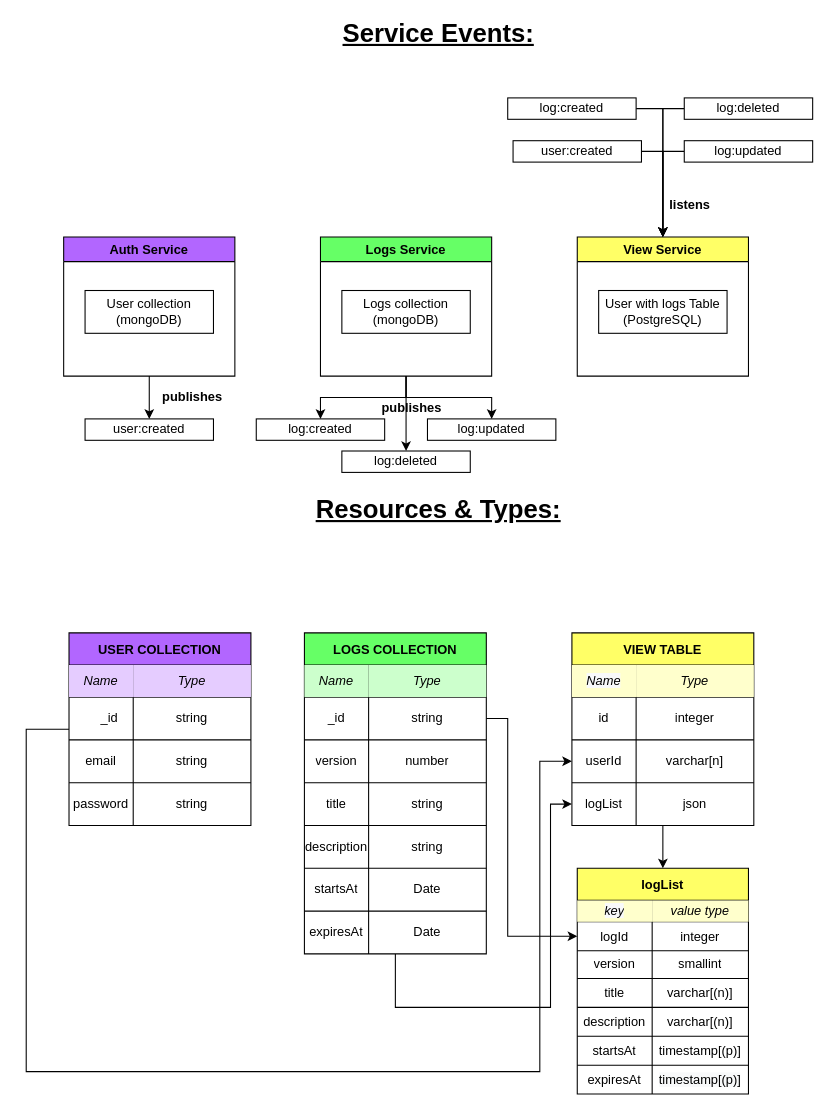
Earlier version of the draw.io diagram page "Events & Resources" (1 of 5) of diagrams/service-events.drawio (berkan-alci/contest-freelancer). Source tidied: cells renumbered, new cells numbered last; positions are measured from the earlier drawing's top-left corner, leaving out a move shared by most shapes. Both pictures are drawn from the tidied source at 107%, with x=0, y=0 at pixel (26, 22).
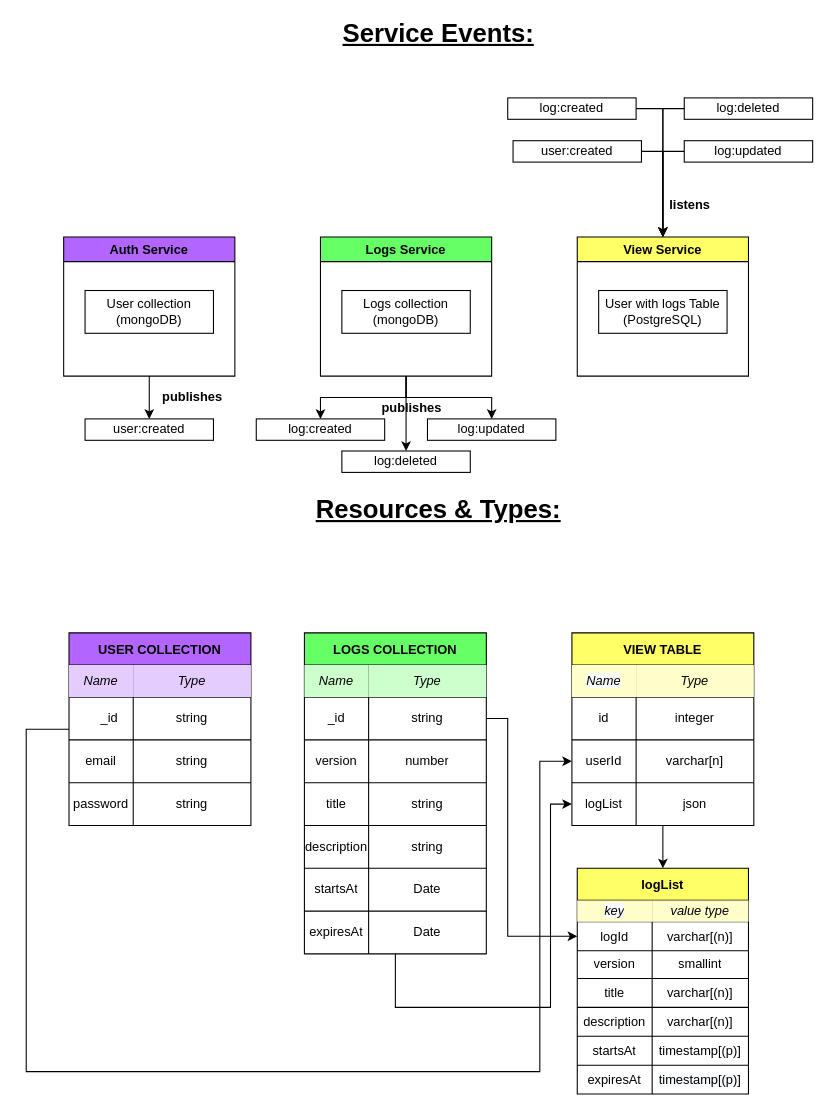
The same page after the edit.

The change refers to these unchanged cells:
```xml
<mxCell id="81" style="shape=tableRow;horizontal=0;startSize=0;swimlaneHead=0;swimlaneBody=0;top=0;left=0;bottom=0;right=0;fillColor=none;points=[[0,0.5],[1,0.5]];portConstraint=eastwest;fontSize=12;strokeColor=#000000;" parent="77" vertex="1">
  <mxGeometry y="50" width="160" height="27" as="geometry" />
</mxCell>
```

The edit, as a diff of the source:
```diff
@@
-    <mxCell id="83" value="integer" style="shape=partialRectangle;html=1;whiteSpace=wrap;overflow=hidden;fillColor=none;top=0;left=0;bottom=0;right=0;fontSize=12;strokeColor=#000000;" parent="81" vertex="1">
+    <mxCell id="83" value="varchar[(n)]" style="shape=partialRectangle;html=1;whiteSpace=wrap;overflow=hidden;fillColor=none;top=0;left=0;bottom=0;right=0;fontSize=12;strokeColor=#000000;" parent="81" vertex="1">
       <mxGeometry x="70" width="90" height="27" as="geometry" />
     </mxCell>
```
